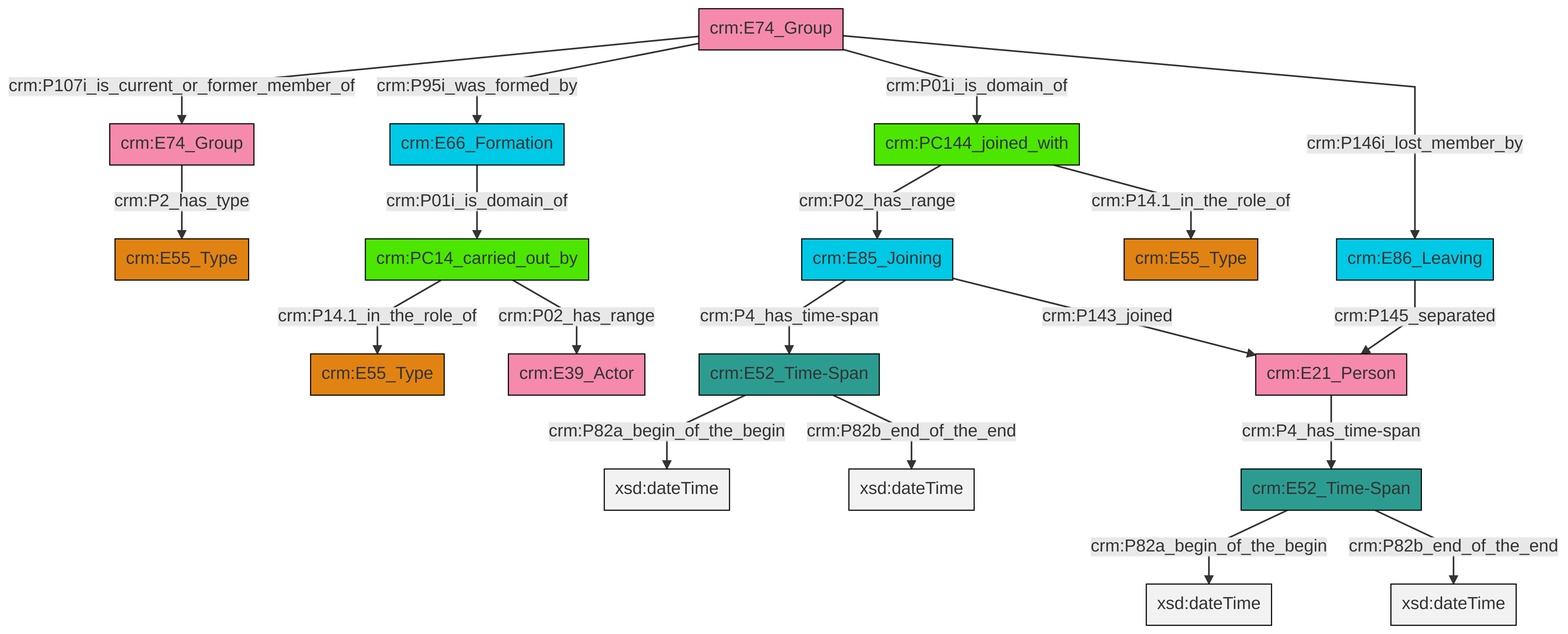
Above: et/groupCSV/ttl/mmd/png/group_actor_relations.png in swiss-art-research-net/reference-data-models (Mermaid), before the change. Its source is kept beside it as et/groupCSV/ttl/mmd/group_actor_relations.ttl.mmd.
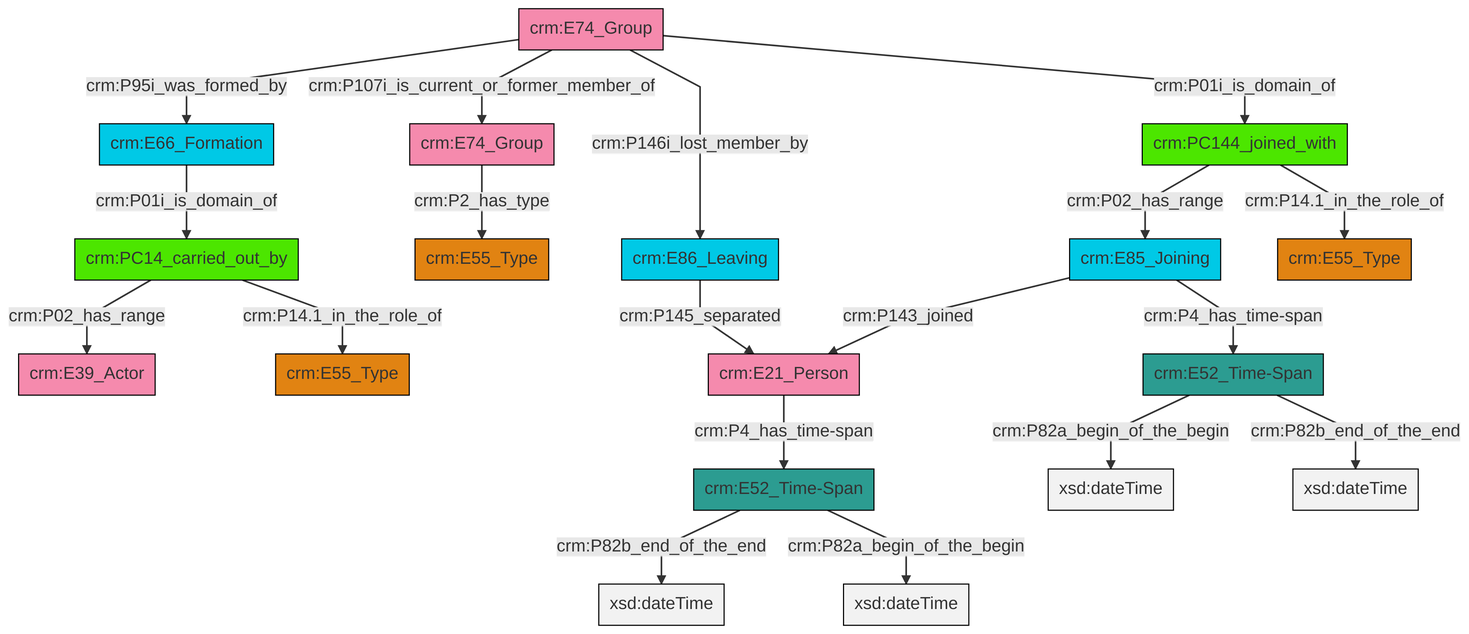
Later version of the same file.

Change to the diagram source:
```diff
@@ -13,21 +13,21 @@
 classDef PC_Classes fill:#4ce600, stroke:#000000;
 classDef Multi fill:#cccccc,stroke:#000000;
 
-0["crm:E74_Group"]:::Actor -->|crm:P107i_is_current_or_former_member_of| 1["crm:E74_Group"]:::Actor
-4["crm:E52_Time-Span"]:::Time-Span -->|crm:P82a_begin_of_the_begin| 5[xsd:dateTime]:::Literal
-0["crm:E74_Group"]:::Actor -->|crm:P95i_was_formed_by| 10["crm:E66_Formation"]:::Temporal_Entity
-8["crm:E85_Joining"]:::Temporal_Entity -->|crm:P4_has_time-span| 4["crm:E52_Time-Span"]:::Time-Span
-1["crm:E74_Group"]:::Actor -->|crm:P2_has_type| 13["crm:E55_Type"]:::Type
-14["crm:PC144_joined_with"]:::PC_Classes -->|crm:P02_has_range| 8["crm:E85_Joining"]:::Temporal_Entity
-8["crm:E85_Joining"]:::Temporal_Entity -->|crm:P143_joined| 15["crm:E21_Person"]:::Actor
-0["crm:E74_Group"]:::Actor -->|crm:P01i_is_domain_of| 14["crm:PC144_joined_with"]:::PC_Classes
-18["crm:E52_Time-Span"]:::Time-Span -->|crm:P82a_begin_of_the_begin| 19[xsd:dateTime]:::Literal
-4["crm:E52_Time-Span"]:::Time-Span -->|crm:P82b_end_of_the_end| 20[xsd:dateTime]:::Literal
-0["crm:E74_Group"]:::Actor -->|crm:P146i_lost_member_by| 22["crm:E86_Leaving"]:::Temporal_Entity
-6["crm:PC14_carried_out_by"]:::PC_Classes -->|crm:P14.1_in_the_role_of| 2["crm:E55_Type"]:::Type
-10["crm:E66_Formation"]:::Temporal_Entity -->|crm:P01i_is_domain_of| 6["crm:PC14_carried_out_by"]:::PC_Classes
-14["crm:PC144_joined_with"]:::PC_Classes -->|crm:P14.1_in_the_role_of| 11["crm:E55_Type"]:::Type
-18["crm:E52_Time-Span"]:::Time-Span -->|crm:P82b_end_of_the_end| 26[xsd:dateTime]:::Literal
-6["crm:PC14_carried_out_by"]:::PC_Classes -->|crm:P02_has_range| 28["crm:E39_Actor"]:::Actor
-15["crm:E21_Person"]:::Actor -->|crm:P4_has_time-span| 18["crm:E52_Time-Span"]:::Time-Span
-22["crm:E86_Leaving"]:::Temporal_Entity -->|crm:P145_separated| 15["crm:E21_Person"]:::Actor
+0["crm:PC144_joined_with"]:::PC_Classes -->|crm:P02_has_range| 1["crm:E85_Joining"]:::Temporal_Entity
+1["crm:E85_Joining"]:::Temporal_Entity -->|crm:P143_joined| 4["crm:E21_Person"]:::Actor
+7["crm:E74_Group"]:::Actor -->|crm:P95i_was_formed_by| 8["crm:E66_Formation"]:::Temporal_Entity
+9["crm:PC14_carried_out_by"]:::PC_Classes -->|crm:P02_has_range| 10["crm:E39_Actor"]:::Actor
+12["crm:E74_Group"]:::Actor -->|crm:P2_has_type| 5["crm:E55_Type"]:::Type
+2["crm:E52_Time-Span"]:::Time-Span -->|crm:P82a_begin_of_the_begin| 13[xsd:dateTime]:::Literal
+7["crm:E74_Group"]:::Actor -->|crm:P107i_is_current_or_former_member_of| 12["crm:E74_Group"]:::Actor
+16["crm:E52_Time-Span"]:::Time-Span -->|crm:P82b_end_of_the_end| 17[xsd:dateTime]:::Literal
+7["crm:E74_Group"]:::Actor -->|crm:P146i_lost_member_by| 14["crm:E86_Leaving"]:::Temporal_Entity
+8["crm:E66_Formation"]:::Temporal_Entity -->|crm:P01i_is_domain_of| 9["crm:PC14_carried_out_by"]:::PC_Classes
+0["crm:PC144_joined_with"]:::PC_Classes -->|crm:P14.1_in_the_role_of| 23["crm:E55_Type"]:::Type
+14["crm:E86_Leaving"]:::Temporal_Entity -->|crm:P145_separated| 4["crm:E21_Person"]:::Actor
+7["crm:E74_Group"]:::Actor -->|crm:P01i_is_domain_of| 0["crm:PC144_joined_with"]:::PC_Classes
+2["crm:E52_Time-Span"]:::Time-Span -->|crm:P82b_end_of_the_end| 26[xsd:dateTime]:::Literal
+4["crm:E21_Person"]:::Actor -->|crm:P4_has_time-span| 16["crm:E52_Time-Span"]:::Time-Span
+16["crm:E52_Time-Span"]:::Time-Span -->|crm:P82a_begin_of_the_begin| 33[xsd:dateTime]:::Literal
+9["crm:PC14_carried_out_by"]:::PC_Classes -->|crm:P14.1_in_the_role_of| 20["crm:E55_Type"]:::Type
+1["crm:E85_Joining"]:::Temporal_Entity -->|crm:P4_has_time-span| 2["crm:E52_Time-Span"]:::Time-Span
```
